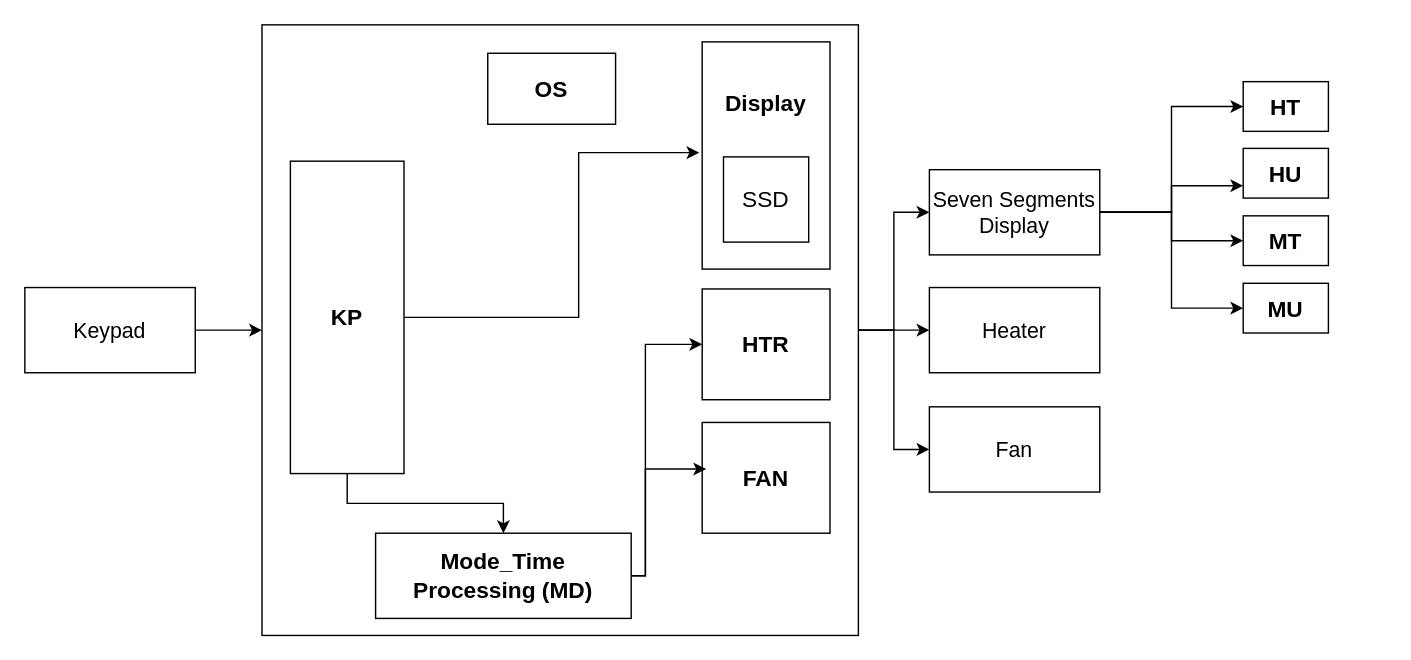
Earlier version of the draw.io diagram Microwave Oven SW Design - block Diagram.drawio (abdulrahman9901/Microwave-Oven-SW-Design). Source tidied: cells renumbered, new cells numbered last; positions are measured from the earlier drawing's top-left corner, leaving out a move shared by most shapes. Both pictures are drawn from the tidied source at 142%, with x=0, y=0 at pixel (24, 24).
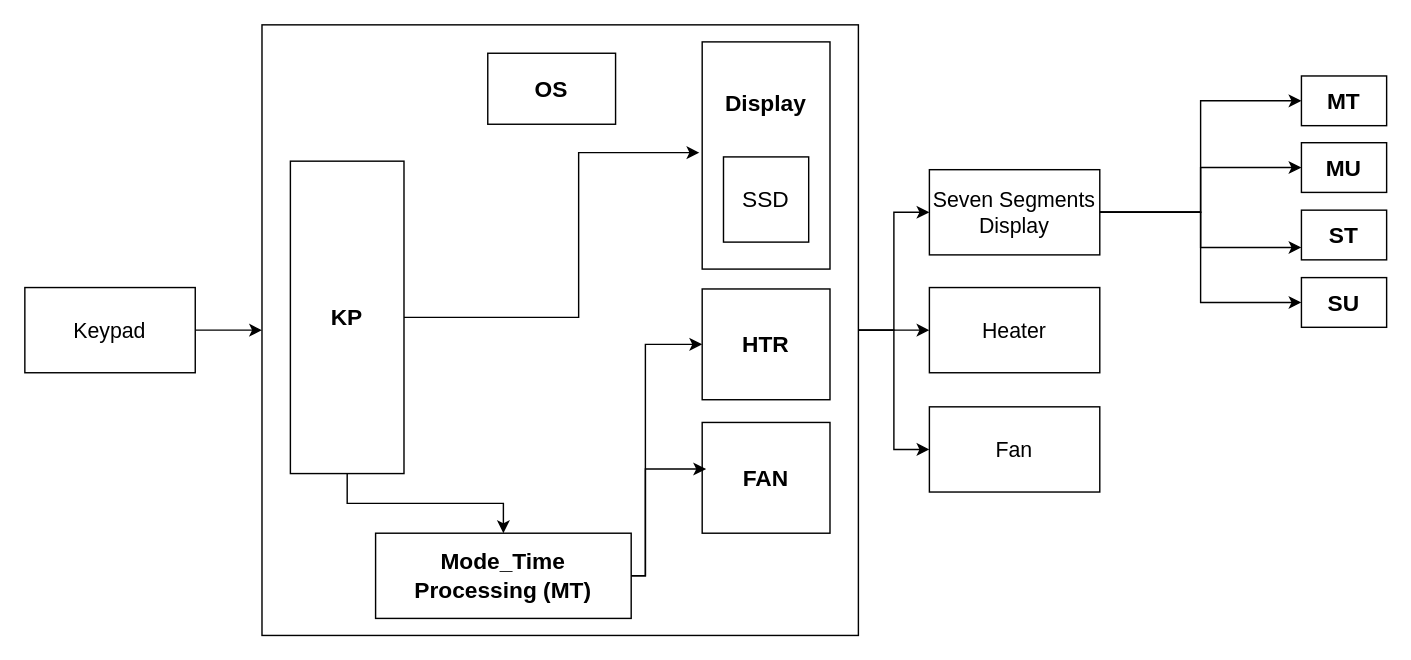
The same page after the edit.

The change refers to these unchanged cells:
```xml
<mxCell id="6" value="Seven Segments Display" style="rounded=0;whiteSpace=wrap;html=1;fontStyle=0;fontSize=15;" parent="1" vertex="1">
  <mxGeometry x="637" y="102" width="120" height="60" as="geometry" />
</mxCell>
```

Change to the diagram source:
```diff
@@
-    <mxCell id="2" style="edgeStyle=orthogonalEdgeStyle;rounded=0;jettySize=auto;html=1;entryX=0;entryY=0.5;entryDx=0;entryDy=0;" parent="1" edge="1" source="6" target="27">
+    <mxCell id="2" style="edgeStyle=orthogonalEdgeStyle;rounded=0;jettySize=auto;html=1;entryX=0;entryY=0.5;entryDx=0;entryDy=0;" parent="1" edge="1" source="6" target="29">
       <mxGeometry relative="1" as="geometry" />
     </mxCell>
-    <mxCell id="3" style="edgeStyle=orthogonalEdgeStyle;rounded=0;jettySize=auto;html=1;entryX=0;entryY=0.75;entryDx=0;entryDy=0;" parent="1" edge="1" source="6" target="28">
+    <mxCell id="3" style="edgeStyle=orthogonalEdgeStyle;rounded=0;jettySize=auto;html=1;entryX=0;entryY=0.5;entryDx=0;entryDy=0;" parent="1" edge="1" source="6" target="30">
       <mxGeometry relative="1" as="geometry" />
     </mxCell>
-    <mxCell id="4" style="edgeStyle=orthogonalEdgeStyle;rounded=0;jettySize=auto;html=1;entryX=0;entryY=0.5;entryDx=0;entryDy=0;" parent="1" edge="1" source="6" target="29">
+    <mxCell id="4" style="edgeStyle=orthogonalEdgeStyle;rounded=0;jettySize=auto;html=1;entryX=0;entryY=0.75;entryDx=0;entryDy=0;" parent="1" edge="1" source="6" target="31">
       <mxGeometry relative="1" as="geometry" />
     </mxCell>
-    <mxCell id="5" style="edgeStyle=orthogonalEdgeStyle;rounded=0;jettySize=auto;html=1;entryX=0;entryY=0.5;entryDx=0;entryDy=0;" parent="1" edge="1" source="6" target="30">
+    <mxCell id="5" style="edgeStyle=orthogonalEdgeStyle;rounded=0;jettySize=auto;html=1;entryX=0;entryY=0.5;entryDx=0;entryDy=0;" parent="1" edge="1" source="6" target="32">
       <mxGeometry relative="1" as="geometry" />
     </mxCell>
@@
-    <mxCell id="26" value="&lt;font style=&quot;font-size: 16px;&quot;&gt;&lt;b&gt;Mode_Time Processing (MD)&lt;/b&gt;&lt;/font&gt;" style="rounded=0;whiteSpace=wrap;html=1;" parent="1" vertex="1">
+    <mxCell id="26" value="&lt;font style=&quot;font-size: 16px;&quot;&gt;&lt;b&gt;Mode_Time Processing (MT)&lt;/b&gt;&lt;/font&gt;" style="rounded=0;whiteSpace=wrap;html=1;" parent="1" vertex="1">
       <mxGeometry x="247" y="358" width="180" height="60" as="geometry" />
     </mxCell>
-    <mxCell id="27" value="HT" style="rounded=0;whiteSpace=wrap;html=1;fontSize=16;fontStyle=1;" parent="1" vertex="1">
-      <mxGeometry x="858" y="40" width="60" height="35" as="geometry" />
-    </mxCell>
-    <mxCell id="28" value="HU" style="rounded=0;whiteSpace=wrap;html=1;fontSize=16;fontStyle=1;" parent="1" vertex="1">
-      <mxGeometry x="858" y="87" width="60" height="35" as="geometry" />
-    </mxCell>
     <mxCell id="29" value="MT" style="rounded=0;whiteSpace=wrap;html=1;fontSize=16;fontStyle=1;" parent="1" vertex="1">
-      <mxGeometry x="858" y="134.5" width="60" height="35" as="geometry" />
+      <mxGeometry x="899" y="36" width="60" height="35" as="geometry" />
     </mxCell>
     <mxCell id="30" value="MU" style="rounded=0;whiteSpace=wrap;html=1;fontSize=16;fontStyle=1;" parent="1" vertex="1">
-      <mxGeometry x="858" y="182" width="60" height="35" as="geometry" />
+      <mxGeometry x="899" y="83" width="60" height="35" as="geometry" />
     </mxCell>
+    <mxCell id="31" value="ST" style="rounded=0;whiteSpace=wrap;html=1;fontSize=16;fontStyle=1;" parent="1" vertex="1">
+      <mxGeometry x="899" y="130.5" width="60" height="35" as="geometry" />
+    </mxCell>
+    <mxCell id="32" value="SU" style="rounded=0;whiteSpace=wrap;html=1;fontSize=16;fontStyle=1;" parent="1" vertex="1">
+      <mxGeometry x="899" y="178" width="60" height="35" as="geometry" />
+    </mxCell>
```
